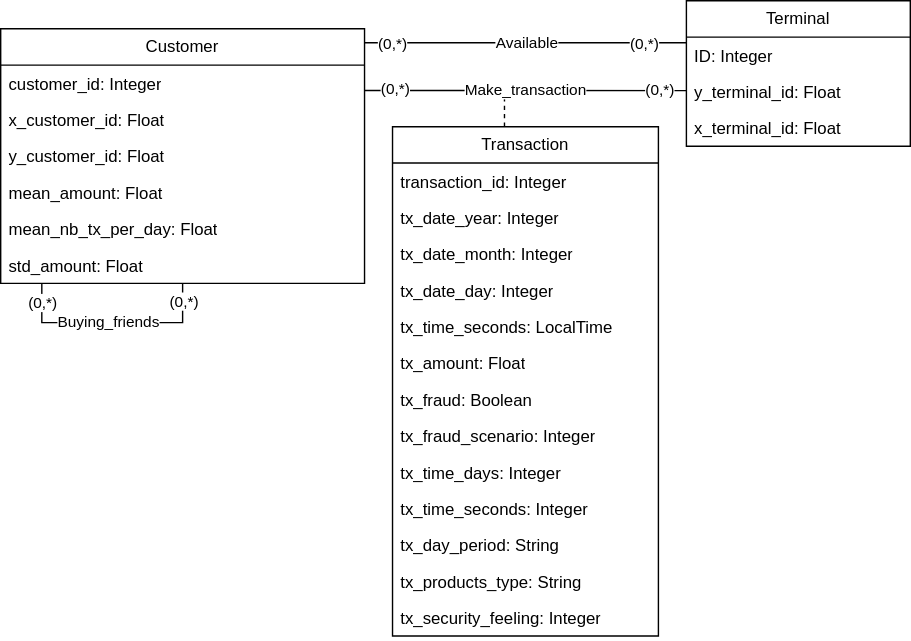
This is Documentation/assets/Logical model UML.svg from LucaMaccarini/NewGenerationDBMSSProject, a draw.io export, as it was before one commit. Source tidied: cells renumbered, new cells last; positions are measured from the earlier drawing's top-left corner, leaving out a move shared by most shapes.
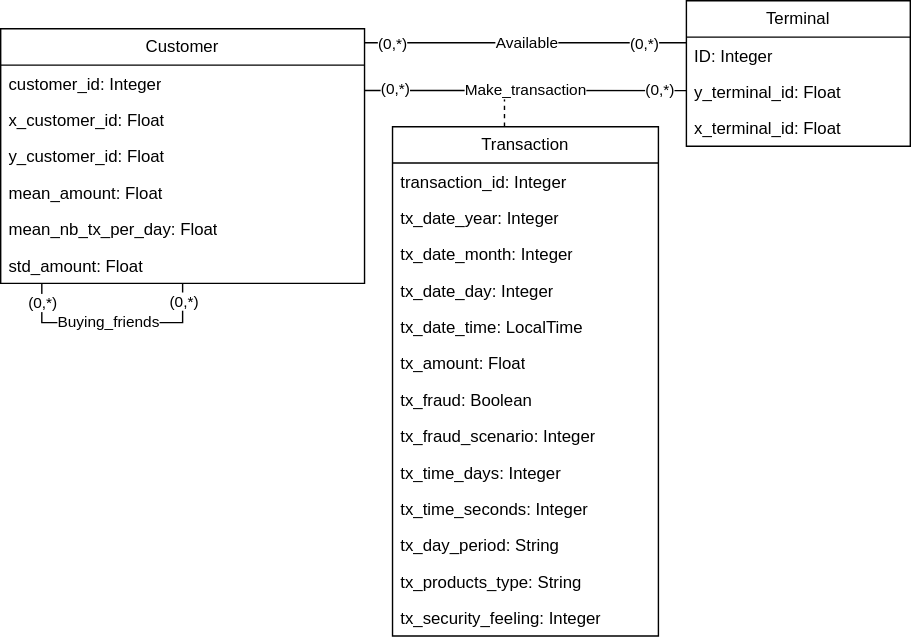
After the change.

The edit, as a diff of the source:
```diff
@@ -101,7 +101,7 @@
     <mxCell id="26" value="&lt;span class=&quot;n-body-medium line-clamp-3 basis-1/3 font-black&quot;&gt;tx_date_day:&lt;/span&gt; Integer" style="text;strokeColor=none;fillColor=none;align=left;verticalAlign=top;spacingLeft=4;spacingRight=4;overflow=hidden;whiteSpace=wrap;html=1;" parent="22" vertex="1">
       <mxGeometry y="104" width="190" height="26" as="geometry" />
     </mxCell>
-    <mxCell id="27" value="&lt;span class=&quot;n-body-medium line-clamp-3 basis-1/3 font-black&quot;&gt;tx_time_seconds&lt;/span&gt;&lt;span class=&quot;n-body-medium line-clamp-3 basis-1/3 font-black&quot;&gt;:&lt;/span&gt; LocalTime" style="text;strokeColor=none;fillColor=none;align=left;verticalAlign=top;spacingLeft=4;spacingRight=4;overflow=hidden;whiteSpace=wrap;html=1;" parent="22" vertex="1">
+    <mxCell id="27" value="&lt;span class=&quot;n-body-medium line-clamp-3 basis-1/3 font-black&quot;&gt;tx_date_time&lt;/span&gt;&lt;span class=&quot;n-body-medium line-clamp-3 basis-1/3 font-black&quot;&gt;:&lt;/span&gt; LocalTime" style="text;strokeColor=none;fillColor=none;align=left;verticalAlign=top;spacingLeft=4;spacingRight=4;overflow=hidden;whiteSpace=wrap;html=1;" parent="22" vertex="1">
       <mxGeometry y="130" width="190" height="26" as="geometry" />
     </mxCell>
     <mxCell id="28" value="&lt;span class=&quot;n-body-medium line-clamp-3 basis-1/3 font-black&quot;&gt;tx_amount&lt;/span&gt;: Float" style="text;strokeColor=none;fillColor=none;align=left;verticalAlign=top;spacingLeft=4;spacingRight=4;overflow=hidden;whiteSpace=wrap;html=1;" parent="22" vertex="1">
```
